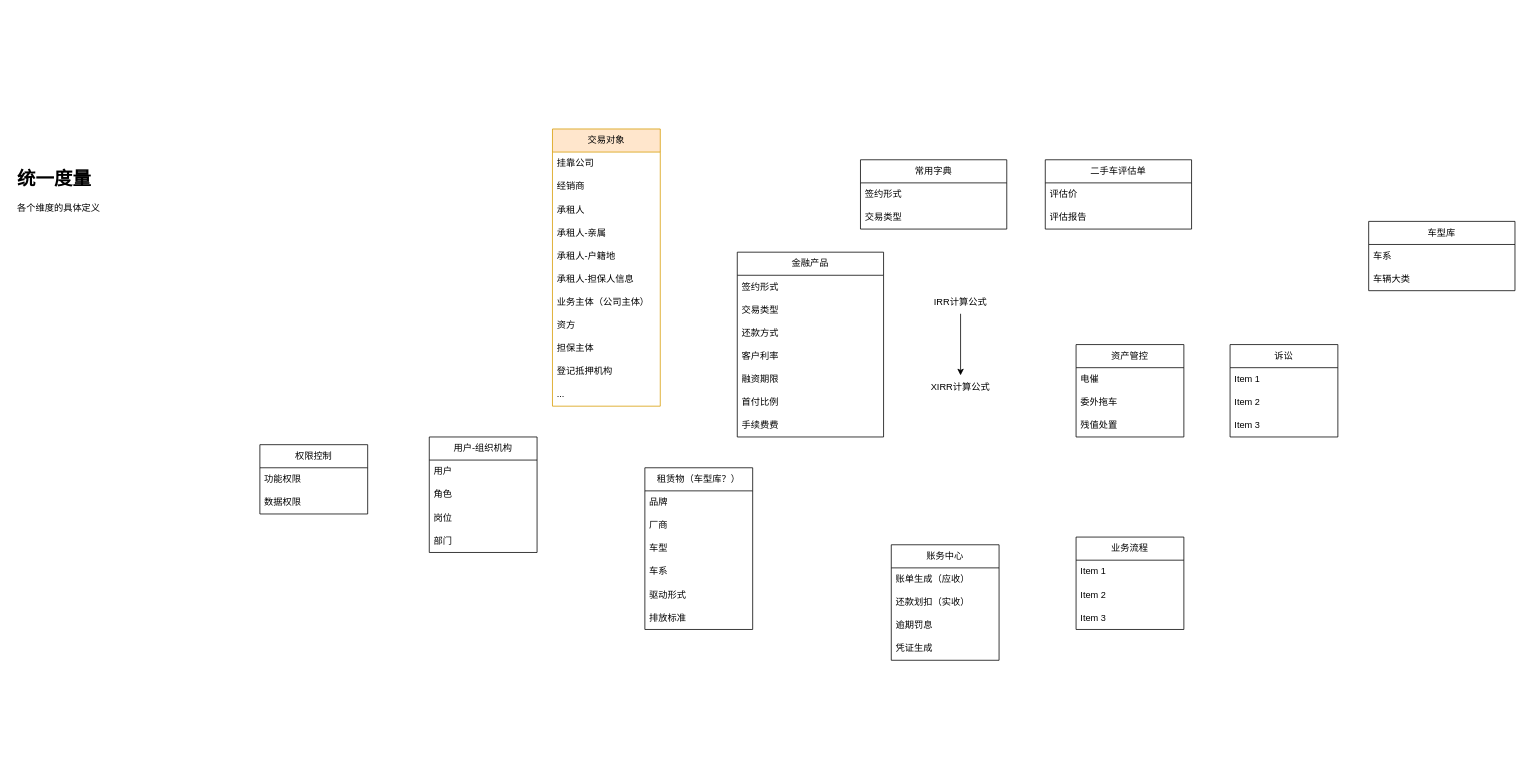
Above: 融资租赁-domain划分.drawio in XiongZen/QJReconstitution (draw.io), before the change. Source tidied: cells renumbered, new cells numbered last; positions are measured from the earlier drawing's top-left corner, leaving out a move shared by most shapes. Both pictures are drawn from the tidied source at 77%, with x=0, y=0 at pixel (13, 129).
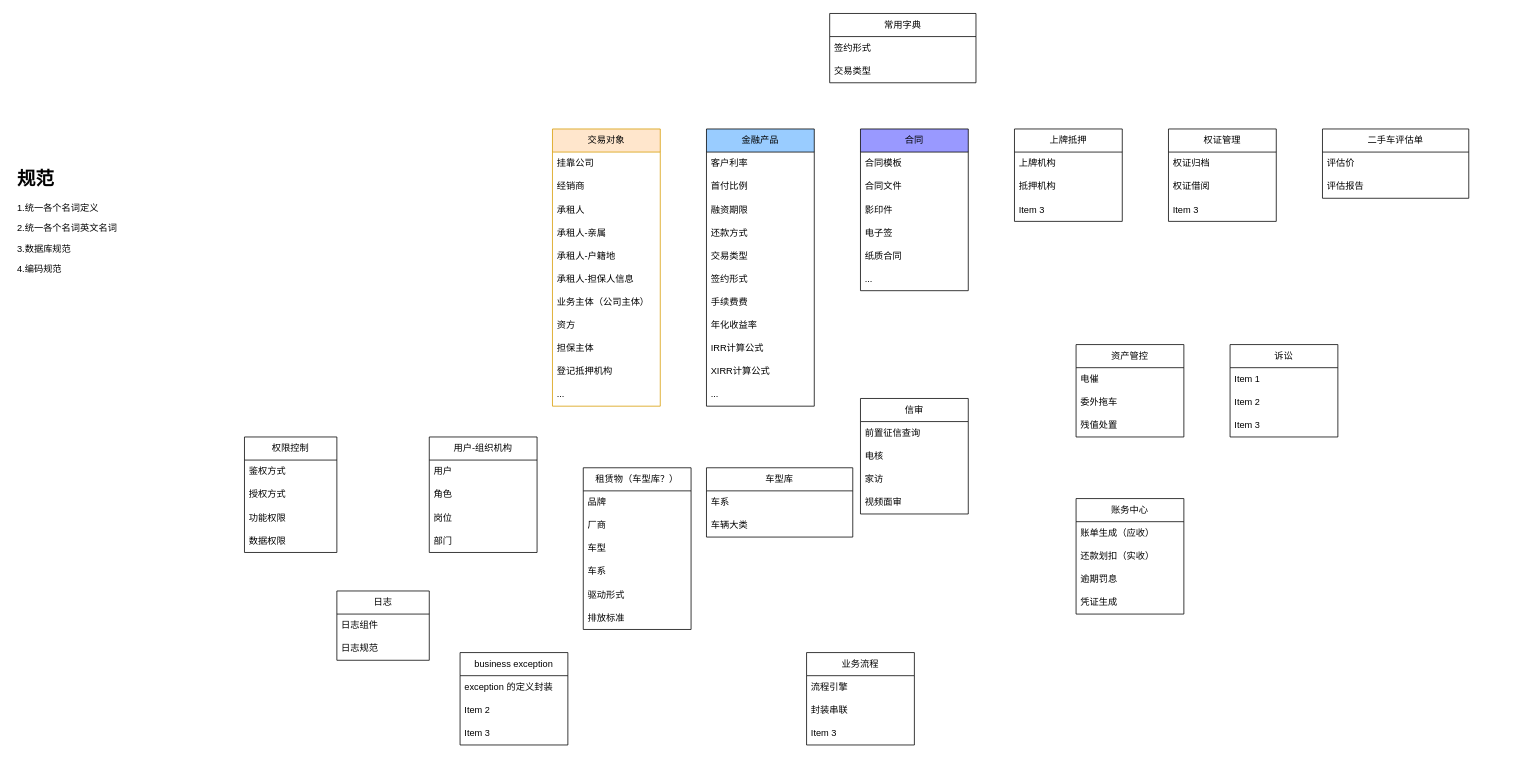
The same page after the edit.

Commit message:
add 日志、合同、信审

Change to the diagram source:
```diff
@@
     <mxCell id="14" value="业务流程" style="swimlane;fontStyle=0;horizontal=1;startSize=30;whiteSpace=wrap;html=1;" parent="1" vertex="1">
-      <mxGeometry x="1380" y="530" width="140" height="120" as="geometry" />
+      <mxGeometry x="1030" y="680" width="140" height="120" as="geometry" />
     </mxCell>
-    <mxCell id="15" value="Item 1" style="text;strokeColor=none;fillColor=none;align=left;verticalAlign=middle;spacingLeft=4;spacingRight=4;overflow=hidden;whiteSpace=wrap;html=1;" parent="14" vertex="1">
+    <mxCell id="15" value="流程引擎" style="text;strokeColor=none;fillColor=none;align=left;verticalAlign=middle;spacingLeft=4;spacingRight=4;overflow=hidden;whiteSpace=wrap;html=1;" parent="14" vertex="1">
       <mxGeometry y="30" width="140" height="30" as="geometry" />
     </mxCell>
-    <mxCell id="16" value="Item 2" style="text;strokeColor=none;fillColor=none;align=left;verticalAlign=middle;spacingLeft=4;spacingRight=4;overflow=hidden;whiteSpace=wrap;html=1;" parent="14" vertex="1">
+    <mxCell id="16" value="封装串联" style="text;strokeColor=none;fillColor=none;align=left;verticalAlign=middle;spacingLeft=4;spacingRight=4;overflow=hidden;whiteSpace=wrap;html=1;" parent="14" vertex="1">
       <mxGeometry y="60" width="140" height="30" as="geometry" />
     </mxCell>
@@
     <mxCell id="18" value="账务中心" style="swimlane;fontStyle=0;horizontal=1;startSize=30;whiteSpace=wrap;html=1;" parent="1" vertex="1">
-      <mxGeometry x="1140" y="540" width="140" height="150" as="geometry" />
+      <mxGeometry x="1380" y="480" width="140" height="150" as="geometry" />
     </mxCell>
@@
     <mxCell id="31" value="常用字典" style="swimlane;fontStyle=0;horizontal=1;startSize=30;whiteSpace=wrap;html=1;" parent="1" vertex="1">
-      <mxGeometry x="1100" y="40" width="190" height="90" as="geometry" />
+      <mxGeometry x="1060" y="-150" width="190" height="90" as="geometry" />
     </mxCell>
@@
     <mxCell id="34" value="二手车评估单" style="swimlane;fontStyle=0;horizontal=1;startSize=30;whiteSpace=wrap;html=1;" parent="1" vertex="1">
-      <mxGeometry x="1340" y="40" width="190" height="90" as="geometry" />
+      <mxGeometry x="1700" width="190" height="90" as="geometry" />
     </mxCell>
@@
     <mxCell id="37" value="车型库" style="swimlane;fontStyle=0;horizontal=1;startSize=30;whiteSpace=wrap;html=1;" parent="1" vertex="1">
-      <mxGeometry x="1760" y="120" width="190" height="90" as="geometry" />
+      <mxGeometry x="900" y="440" width="190" height="90" as="geometry" />
     </mxCell>
@@
-    <mxCell id="40" value="金融产品" style="swimlane;fontStyle=0;horizontal=1;startSize=30;whiteSpace=wrap;html=1;" parent="1" vertex="1">
-      <mxGeometry x="940" y="160" width="190" height="240" as="geometry" />
-    </mxCell>
-    <mxCell id="41" value="签约形式" style="text;strokeColor=none;fillColor=none;align=left;verticalAlign=middle;spacingLeft=4;spacingRight=4;overflow=hidden;whiteSpace=wrap;html=1;" parent="40" vertex="1">
-      <mxGeometry y="30" width="190" height="30" as="geometry" />
-    </mxCell>
-    <mxCell id="42" value="交易类型" style="text;strokeColor=none;fillColor=none;align=left;verticalAlign=middle;spacingLeft=4;spacingRight=4;overflow=hidden;whiteSpace=wrap;html=1;" parent="40" vertex="1">
-      <mxGeometry y="60" width="190" height="30" as="geometry" />
-    </mxCell>
-    <mxCell id="43" value="还款方式" style="text;strokeColor=none;fillColor=none;align=left;verticalAlign=middle;spacingLeft=4;spacingRight=4;overflow=hidden;whiteSpace=wrap;html=1;" parent="40" vertex="1">
-      <mxGeometry y="90" width="190" height="30" as="geometry" />
-    </mxCell>
-    <mxCell id="44" value="客户利率" style="text;strokeColor=none;fillColor=none;align=left;verticalAlign=middle;spacingLeft=4;spacingRight=4;overflow=hidden;whiteSpace=wrap;html=1;" parent="40" vertex="1">
-      <mxGeometry y="120" width="190" height="30" as="geometry" />
-    </mxCell>
-    <mxCell id="45" value="融资期限" style="text;strokeColor=none;fillColor=none;align=left;verticalAlign=middle;spacingLeft=4;spacingRight=4;overflow=hidden;whiteSpace=wrap;html=1;" parent="40" vertex="1">
-      <mxGeometry y="150" width="190" height="30" as="geometry" />
-    </mxCell>
-    <mxCell id="46" value="首付比例" style="text;strokeColor=none;fillColor=none;align=left;verticalAlign=middle;spacingLeft=4;spacingRight=4;overflow=hidden;whiteSpace=wrap;html=1;" parent="40" vertex="1">
-      <mxGeometry y="180" width="190" height="30" as="geometry" />
-    </mxCell>
-    <mxCell id="47" value="手续费费" style="text;strokeColor=none;fillColor=none;align=left;verticalAlign=middle;spacingLeft=4;spacingRight=4;overflow=hidden;whiteSpace=wrap;html=1;" parent="40" vertex="1">
-      <mxGeometry y="210" width="190" height="30" as="geometry" />
-    </mxCell>
-    <mxCell id="48" style="edgeStyle=orthogonalEdgeStyle;rounded=0;jettySize=auto;html=1;" parent="1" edge="1" source="49" target="50">
-      <mxGeometry relative="1" as="geometry" />
-    </mxCell>
-    <mxCell id="49" value="IRR计算公式" style="text;html=1;strokeColor=none;fillColor=none;align=center;verticalAlign=middle;whiteSpace=wrap;rounded=0;" parent="1" vertex="1">
-      <mxGeometry x="1190" y="210" width="80" height="30" as="geometry" />
-    </mxCell>
-    <mxCell id="50" value="XIRR计算公式" style="text;html=1;strokeColor=none;fillColor=none;align=center;verticalAlign=middle;whiteSpace=wrap;rounded=0;" parent="1" vertex="1">
-      <mxGeometry x="1190" y="320" width="80" height="30" as="geometry" />
-    </mxCell>
-    <mxCell id="51" value="&lt;h1&gt;统一度量&lt;/h1&gt;&lt;p&gt;各个维度的具体定义&lt;/p&gt;" style="text;html=1;strokeColor=none;fillColor=none;spacing=5;spacingTop=-20;whiteSpace=wrap;overflow=hidden;rounded=0;" parent="1" vertex="1">
-      <mxGeometry y="45" width="190" height="120" as="geometry" />
+    <mxCell id="51" value="&lt;h1&gt;规范&lt;/h1&gt;&lt;p&gt;1.统一各个名词定义&lt;/p&gt;&lt;p&gt;2.统一各个名词英文名词&lt;/p&gt;&lt;p&gt;3.数据库规范&lt;/p&gt;&lt;p&gt;4.编码规范&lt;/p&gt;" style="text;html=1;strokeColor=none;fillColor=none;spacing=5;spacingTop=-20;whiteSpace=wrap;overflow=hidden;rounded=0;" parent="1" vertex="1">
+      <mxGeometry y="45" width="180" height="175" as="geometry" />
     </mxCell>
@@
     <mxCell id="57" value="权限控制" style="swimlane;fontStyle=0;horizontal=1;startSize=30;whiteSpace=wrap;html=1;" parent="1" vertex="1">
-      <mxGeometry x="320" y="410" width="140" height="90" as="geometry" />
+      <mxGeometry x="300" y="400" width="120" height="150" as="geometry" />
     </mxCell>
-    <mxCell id="58" value="功能权限" style="text;strokeColor=none;fillColor=none;align=left;verticalAlign=middle;spacingLeft=4;spacingRight=4;overflow=hidden;whiteSpace=wrap;html=1;" parent="57" vertex="1">
-      <mxGeometry y="30" width="140" height="30" as="geometry" />
+    <mxCell id="58" value="鉴权方式" style="text;strokeColor=none;fillColor=none;align=left;verticalAlign=middle;spacingLeft=4;spacingRight=4;overflow=hidden;whiteSpace=wrap;html=1;" parent="57" vertex="1">
+      <mxGeometry y="30" width="120" height="30" as="geometry" />
     </mxCell>
+    <mxCell id="67" value="授权方式" style="text;strokeColor=none;fillColor=none;align=left;verticalAlign=middle;spacingLeft=4;spacingRight=4;overflow=hidden;whiteSpace=wrap;html=1;" parent="57" vertex="1">
+      <mxGeometry y="60" width="120" height="30" as="geometry" />
+    </mxCell>
+    <mxCell id="68" value="功能权限" style="text;strokeColor=none;fillColor=none;align=left;verticalAlign=middle;spacingLeft=4;spacingRight=4;overflow=hidden;whiteSpace=wrap;html=1;" parent="57" vertex="1">
+      <mxGeometry y="90" width="120" height="30" as="geometry" />
+    </mxCell>
     <mxCell id="59" value="数据权限" style="text;strokeColor=none;fillColor=none;align=left;verticalAlign=middle;spacingLeft=4;spacingRight=4;overflow=hidden;whiteSpace=wrap;html=1;" parent="57" vertex="1">
-      <mxGeometry y="60" width="140" height="30" as="geometry" />
+      <mxGeometry y="120" width="120" height="30" as="geometry" />
     </mxCell>
     <mxCell id="60" value="租赁物（车型库？）" style="swimlane;fontStyle=0;horizontal=1;startSize=30;whiteSpace=wrap;html=1;" parent="1" vertex="1">
-      <mxGeometry x="820" y="440" width="140" height="210" as="geometry" />
+      <mxGeometry x="740" y="440" width="140" height="210" as="geometry" />
     </mxCell>
@@
+    <mxCell id="40" value="金融产品" style="swimlane;fontStyle=0;horizontal=1;startSize=30;whiteSpace=wrap;html=1;fillColor=#99CCFF;" parent="1" vertex="1">
+      <mxGeometry x="900" width="140" height="360" as="geometry" />
+    </mxCell>
+    <mxCell id="44" value="客户利率" style="text;strokeColor=none;fillColor=none;align=left;verticalAlign=middle;spacingLeft=4;spacingRight=4;overflow=hidden;whiteSpace=wrap;html=1;" parent="40" vertex="1">
+      <mxGeometry y="30" width="140" height="30" as="geometry" />
+    </mxCell>
+    <mxCell id="46" value="首付比例" style="text;strokeColor=none;fillColor=none;align=left;verticalAlign=middle;spacingLeft=4;spacingRight=4;overflow=hidden;whiteSpace=wrap;html=1;" parent="40" vertex="1">
+      <mxGeometry y="60" width="140" height="30" as="geometry" />
+    </mxCell>
+    <mxCell id="45" value="融资期限" style="text;strokeColor=none;fillColor=none;align=left;verticalAlign=middle;spacingLeft=4;spacingRight=4;overflow=hidden;whiteSpace=wrap;html=1;" parent="40" vertex="1">
+      <mxGeometry y="90" width="140" height="30" as="geometry" />
+    </mxCell>
+    <mxCell id="43" value="还款方式" style="text;strokeColor=none;fillColor=none;align=left;verticalAlign=middle;spacingLeft=4;spacingRight=4;overflow=hidden;whiteSpace=wrap;html=1;" parent="40" vertex="1">
+      <mxGeometry y="120" width="140" height="30" as="geometry" />
+    </mxCell>
+    <mxCell id="42" value="交易类型" style="text;strokeColor=none;fillColor=none;align=left;verticalAlign=middle;spacingLeft=4;spacingRight=4;overflow=hidden;whiteSpace=wrap;html=1;" parent="40" vertex="1">
+      <mxGeometry y="150" width="140" height="30" as="geometry" />
+    </mxCell>
+    <mxCell id="41" value="签约形式" style="text;strokeColor=none;fillColor=none;align=left;verticalAlign=middle;spacingLeft=4;spacingRight=4;overflow=hidden;whiteSpace=wrap;html=1;" parent="40" vertex="1">
+      <mxGeometry y="180" width="140" height="30" as="geometry" />
+    </mxCell>
+    <mxCell id="47" value="手续费费" style="text;strokeColor=none;fillColor=none;align=left;verticalAlign=middle;spacingLeft=4;spacingRight=4;overflow=hidden;whiteSpace=wrap;html=1;" parent="40" vertex="1">
+      <mxGeometry y="210" width="140" height="30" as="geometry" />
+    </mxCell>
+    <mxCell id="69" value="年化收益率" style="text;strokeColor=none;fillColor=none;align=left;verticalAlign=middle;spacingLeft=4;spacingRight=4;overflow=hidden;whiteSpace=wrap;html=1;" parent="40" vertex="1">
+      <mxGeometry y="240" width="140" height="30" as="geometry" />
+    </mxCell>
+    <mxCell id="49" value="IRR计算公式" style="text;strokeColor=none;fillColor=none;align=left;verticalAlign=middle;spacingLeft=4;spacingRight=4;overflow=hidden;points=[[0,0.5],[1,0.5]];portConstraint=eastwest;whiteSpace=wrap;html=1;" parent="40" vertex="1">
+      <mxGeometry y="270" width="140" height="30" as="geometry" />
+    </mxCell>
+    <mxCell id="50" value="XIRR计算公式" style="text;strokeColor=none;fillColor=none;align=left;verticalAlign=middle;spacingLeft=4;spacingRight=4;overflow=hidden;points=[[0,0.5],[1,0.5]];portConstraint=eastwest;whiteSpace=wrap;html=1;" parent="40" vertex="1">
+      <mxGeometry y="300" width="140" height="30" as="geometry" />
+    </mxCell>
+    <mxCell id="70" value="..." style="text;strokeColor=none;fillColor=none;align=left;verticalAlign=middle;spacingLeft=4;spacingRight=4;overflow=hidden;whiteSpace=wrap;html=1;" parent="40" vertex="1">
+      <mxGeometry y="330" width="140" height="30" as="geometry" />
+    </mxCell>
+    <mxCell id="71" value="合同" style="swimlane;fontStyle=0;horizontal=1;startSize=30;whiteSpace=wrap;html=1;fillColor=#9999FF;" parent="1" vertex="1">
+      <mxGeometry x="1100" width="140" height="210" as="geometry" />
+    </mxCell>
+    <mxCell id="72" value="合同模板" style="text;strokeColor=none;fillColor=none;align=left;verticalAlign=middle;spacingLeft=4;spacingRight=4;overflow=hidden;whiteSpace=wrap;html=1;" parent="71" vertex="1">
+      <mxGeometry y="30" width="140" height="30" as="geometry" />
+    </mxCell>
+    <mxCell id="73" value="合同文件" style="text;strokeColor=none;fillColor=none;align=left;verticalAlign=middle;spacingLeft=4;spacingRight=4;overflow=hidden;whiteSpace=wrap;html=1;" parent="71" vertex="1">
+      <mxGeometry y="60" width="140" height="30" as="geometry" />
+    </mxCell>
+    <mxCell id="74" value="影印件" style="text;strokeColor=none;fillColor=none;align=left;verticalAlign=middle;spacingLeft=4;spacingRight=4;overflow=hidden;whiteSpace=wrap;html=1;" parent="71" vertex="1">
+      <mxGeometry y="90" width="140" height="30" as="geometry" />
+    </mxCell>
+    <mxCell id="75" value="电子签" style="text;strokeColor=none;fillColor=none;align=left;verticalAlign=middle;spacingLeft=4;spacingRight=4;overflow=hidden;whiteSpace=wrap;html=1;" parent="71" vertex="1">
+      <mxGeometry y="120" width="140" height="30" as="geometry" />
+    </mxCell>
+    <mxCell id="76" value="纸质合同" style="text;strokeColor=none;fillColor=none;align=left;verticalAlign=middle;spacingLeft=4;spacingRight=4;overflow=hidden;whiteSpace=wrap;html=1;" parent="71" vertex="1">
+      <mxGeometry y="150" width="140" height="30" as="geometry" />
+    </mxCell>
+    <mxCell id="77" value="..." style="text;strokeColor=none;fillColor=none;align=left;verticalAlign=middle;spacingLeft=4;spacingRight=4;overflow=hidden;whiteSpace=wrap;html=1;" parent="71" vertex="1">
+      <mxGeometry y="180" width="140" height="30" as="geometry" />
+    </mxCell>
+    <mxCell id="78" value="信审" style="swimlane;fontStyle=0;horizontal=1;startSize=30;whiteSpace=wrap;html=1;" parent="1" vertex="1">
+      <mxGeometry x="1100" y="350" width="140" height="150" as="geometry" />
+    </mxCell>
+    <mxCell id="79" value="前置征信查询" style="text;strokeColor=none;fillColor=none;align=left;verticalAlign=middle;spacingLeft=4;spacingRight=4;overflow=hidden;whiteSpace=wrap;html=1;" parent="78" vertex="1">
+      <mxGeometry y="30" width="140" height="30" as="geometry" />
+    </mxCell>
+    <mxCell id="80" value="电核" style="text;strokeColor=none;fillColor=none;align=left;verticalAlign=middle;spacingLeft=4;spacingRight=4;overflow=hidden;whiteSpace=wrap;html=1;" parent="78" vertex="1">
+      <mxGeometry y="60" width="140" height="30" as="geometry" />
+    </mxCell>
+    <mxCell id="81" value="家访" style="text;strokeColor=none;fillColor=none;align=left;verticalAlign=middle;spacingLeft=4;spacingRight=4;overflow=hidden;whiteSpace=wrap;html=1;" parent="78" vertex="1">
+      <mxGeometry y="90" width="140" height="30" as="geometry" />
+    </mxCell>
+    <mxCell id="82" value="视频面审" style="text;strokeColor=none;fillColor=none;align=left;verticalAlign=middle;spacingLeft=4;spacingRight=4;overflow=hidden;whiteSpace=wrap;html=1;" parent="78" vertex="1">
+      <mxGeometry y="120" width="140" height="30" as="geometry" />
+    </mxCell>
+    <mxCell id="83" value="权证管理" style="swimlane;fontStyle=0;horizontal=1;startSize=30;whiteSpace=wrap;html=1;" parent="1" vertex="1">
+      <mxGeometry x="1500" width="140" height="120" as="geometry" />
+    </mxCell>
+    <mxCell id="84" value="权证归档" style="text;strokeColor=none;fillColor=none;align=left;verticalAlign=middle;spacingLeft=4;spacingRight=4;overflow=hidden;whiteSpace=wrap;html=1;" parent="83" vertex="1">
+      <mxGeometry y="30" width="140" height="30" as="geometry" />
+    </mxCell>
+    <mxCell id="85" value="权证借阅" style="text;strokeColor=none;fillColor=none;align=left;verticalAlign=middle;spacingLeft=4;spacingRight=4;overflow=hidden;whiteSpace=wrap;html=1;" parent="83" vertex="1">
+      <mxGeometry y="60" width="140" height="30" as="geometry" />
+    </mxCell>
+    <mxCell id="86" value="Item 3" style="text;strokeColor=none;fillColor=none;align=left;verticalAlign=middle;spacingLeft=4;spacingRight=4;overflow=hidden;whiteSpace=wrap;html=1;" parent="83" vertex="1">
+      <mxGeometry y="90" width="140" height="30" as="geometry" />
+    </mxCell>
+    <mxCell id="87" value="上牌抵押" style="swimlane;fontStyle=0;horizontal=1;startSize=30;whiteSpace=wrap;html=1;" parent="1" vertex="1">
+      <mxGeometry x="1300" width="140" height="120" as="geometry" />
+    </mxCell>
+    <mxCell id="88" value="上牌机构" style="text;strokeColor=none;fillColor=none;align=left;verticalAlign=middle;spacingLeft=4;spacingRight=4;overflow=hidden;whiteSpace=wrap;html=1;" parent="87" vertex="1">
+      <mxGeometry y="30" width="140" height="30" as="geometry" />
+    </mxCell>
+    <mxCell id="89" value="抵押机构" style="text;strokeColor=none;fillColor=none;align=left;verticalAlign=middle;spacingLeft=4;spacingRight=4;overflow=hidden;whiteSpace=wrap;html=1;" parent="87" vertex="1">
+      <mxGeometry y="60" width="140" height="30" as="geometry" />
+    </mxCell>
+    <mxCell id="90" value="Item 3" style="text;strokeColor=none;fillColor=none;align=left;verticalAlign=middle;spacingLeft=4;spacingRight=4;overflow=hidden;whiteSpace=wrap;html=1;" parent="87" vertex="1">
+      <mxGeometry y="90" width="140" height="30" as="geometry" />
+    </mxCell>
+    <mxCell id="91" value="日志" style="swimlane;fontStyle=0;horizontal=1;startSize=30;whiteSpace=wrap;html=1;" parent="1" vertex="1">
+      <mxGeometry x="420" y="600" width="120" height="90" as="geometry" />
+    </mxCell>
+    <mxCell id="92" value="日志组件" style="text;strokeColor=none;fillColor=none;align=left;verticalAlign=middle;spacingLeft=4;spacingRight=4;overflow=hidden;whiteSpace=wrap;html=1;" parent="91" vertex="1">
+      <mxGeometry y="30" width="120" height="30" as="geometry" />
+    </mxCell>
+    <mxCell id="93" value="日志规范" style="text;strokeColor=none;fillColor=none;align=left;verticalAlign=middle;spacingLeft=4;spacingRight=4;overflow=hidden;whiteSpace=wrap;html=1;" parent="91" vertex="1">
+      <mxGeometry y="60" width="120" height="30" as="geometry" />
+    </mxCell>
+    <mxCell id="94" value="business exception" style="swimlane;fontStyle=0;horizontal=1;startSize=30;whiteSpace=wrap;html=1;" parent="1" vertex="1">
+      <mxGeometry x="580" y="680" width="140" height="120" as="geometry" />
+    </mxCell>
+    <mxCell id="95" value="exception 的定义封装" style="text;strokeColor=none;fillColor=none;align=left;verticalAlign=middle;spacingLeft=4;spacingRight=4;overflow=hidden;whiteSpace=wrap;html=1;" parent="94" vertex="1">
+      <mxGeometry y="30" width="140" height="30" as="geometry" />
+    </mxCell>
+    <mxCell id="96" value="Item 2" style="text;strokeColor=none;fillColor=none;align=left;verticalAlign=middle;spacingLeft=4;spacingRight=4;overflow=hidden;whiteSpace=wrap;html=1;" parent="94" vertex="1">
+      <mxGeometry y="60" width="140" height="30" as="geometry" />
+    </mxCell>
+    <mxCell id="97" value="Item 3" style="text;strokeColor=none;fillColor=none;align=left;verticalAlign=middle;spacingLeft=4;spacingRight=4;overflow=hidden;whiteSpace=wrap;html=1;" parent="94" vertex="1">
+      <mxGeometry y="90" width="140" height="30" as="geometry" />
+    </mxCell>
```
